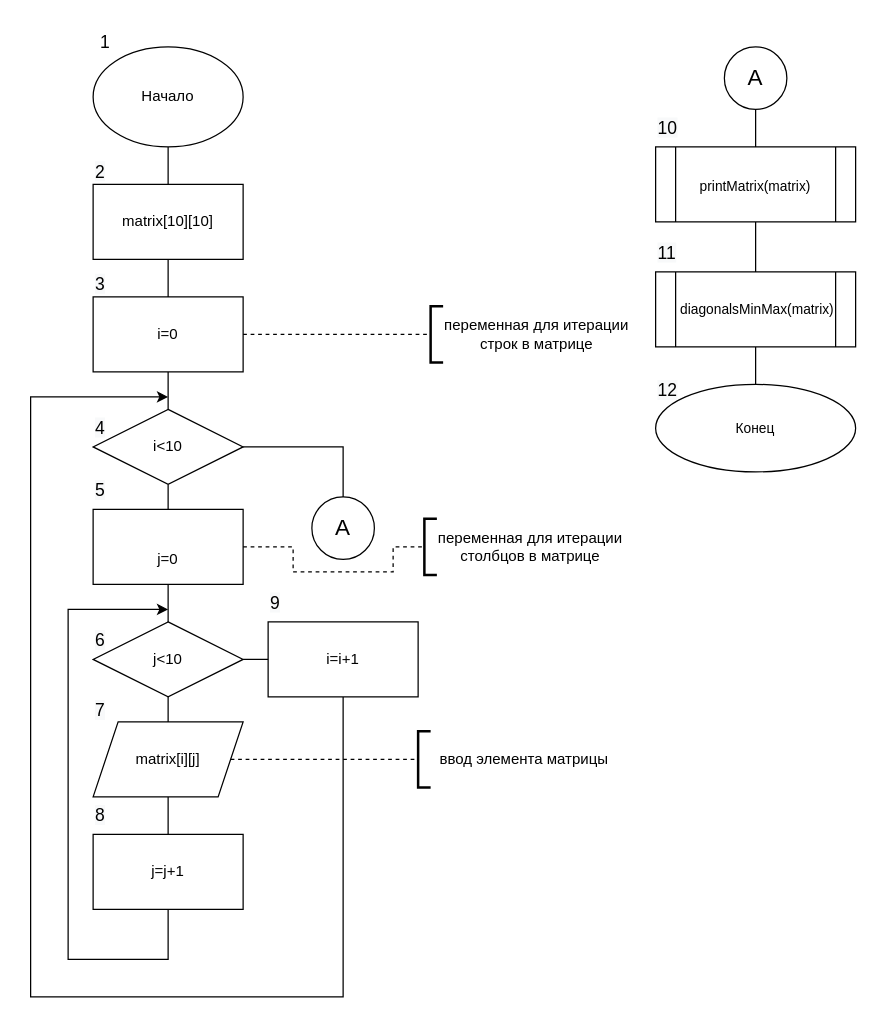
Before: page "Page-1" (1 of 3) of Untitled Diagram.drawio in Maquim4/repository_for_challenge, a draw.io diagram. Source tidied: cells renumbered, new cells numbered last; positions are measured from the earlier drawing's top-left corner, leaving out a move shared by most shapes. Both pictures are drawn from the tidied source at 125%, with x=0, y=0 at pixel (30, 21).
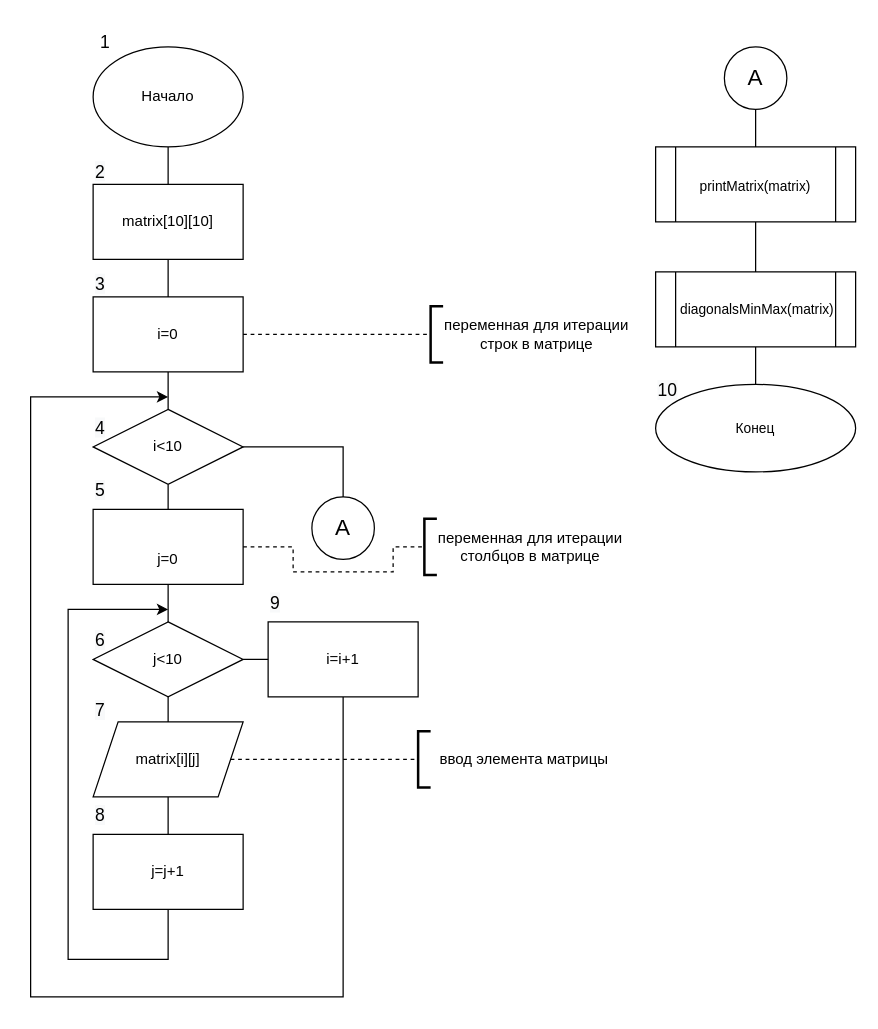
Above is the later version.

What changed in the source:
```diff
@@
-    <mxCell id="40" value="&lt;span style=&quot;color: rgb(0, 0, 0); font-family: Helvetica; font-size: 14px; font-style: normal; font-variant-ligatures: normal; font-variant-caps: normal; font-weight: 400; letter-spacing: normal; orphans: 2; text-align: center; text-indent: 0px; text-transform: none; widows: 2; word-spacing: 0px; -webkit-text-stroke-width: 0px; background-color: rgb(248, 249, 250); text-decoration-thickness: initial; text-decoration-style: initial; text-decoration-color: initial; float: none; display: inline !important;&quot;&gt;10&lt;/span&gt;" style="text;whiteSpace=wrap;html=1;fontSize=14;" parent="1" vertex="1">
-      <mxGeometry x="500" y="70" width="40" height="40" as="geometry" />
-    </mxCell>
-    <mxCell id="41" value="&lt;span style=&quot;color: rgb(0, 0, 0); font-family: Helvetica; font-size: 14px; font-style: normal; font-variant-ligatures: normal; font-variant-caps: normal; font-weight: 400; letter-spacing: normal; orphans: 2; text-align: center; text-indent: 0px; text-transform: none; widows: 2; word-spacing: 0px; -webkit-text-stroke-width: 0px; background-color: rgb(248, 249, 250); text-decoration-thickness: initial; text-decoration-style: initial; text-decoration-color: initial; float: none; display: inline !important;&quot;&gt;11&lt;/span&gt;" style="text;whiteSpace=wrap;html=1;fontSize=14;" parent="1" vertex="1">
-      <mxGeometry x="500" y="170" width="40" height="40" as="geometry" />
-    </mxCell>
-    <mxCell id="42" value="&lt;span style=&quot;color: rgb(0, 0, 0); font-family: Helvetica; font-size: 14px; font-style: normal; font-variant-ligatures: normal; font-variant-caps: normal; font-weight: 400; letter-spacing: normal; orphans: 2; text-align: center; text-indent: 0px; text-transform: none; widows: 2; word-spacing: 0px; -webkit-text-stroke-width: 0px; background-color: rgb(248, 249, 250); text-decoration-thickness: initial; text-decoration-style: initial; text-decoration-color: initial; float: none; display: inline !important;&quot;&gt;12&lt;/span&gt;" style="text;whiteSpace=wrap;html=1;fontSize=14;" parent="1" vertex="1">
+    <mxCell id="42" value="&lt;span style=&quot;color: rgb(0, 0, 0); font-family: Helvetica; font-size: 14px; font-style: normal; font-variant-ligatures: normal; font-variant-caps: normal; font-weight: 400; letter-spacing: normal; orphans: 2; text-align: center; text-indent: 0px; text-transform: none; widows: 2; word-spacing: 0px; -webkit-text-stroke-width: 0px; background-color: rgb(248, 249, 250); text-decoration-thickness: initial; text-decoration-style: initial; text-decoration-color: initial; float: none; display: inline !important;&quot;&gt;10&lt;/span&gt;" style="text;whiteSpace=wrap;html=1;fontSize=14;" parent="1" vertex="1">
       <mxGeometry x="500" y="280" width="40" height="40" as="geometry" />
     </mxCell>
```
